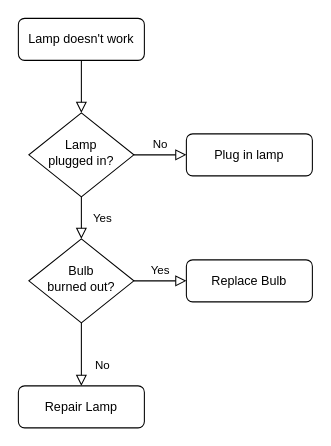
Before: 未命名绘图.drawio in yeszao/draw, a draw.io diagram. Source tidied: cells renumbered, new cells numbered last; positions are measured from the earlier drawing's top-left corner, leaving out a move shared by most shapes. Both pictures are drawn from the tidied source at 105%, with x=0, y=0 at pixel (18, 18).
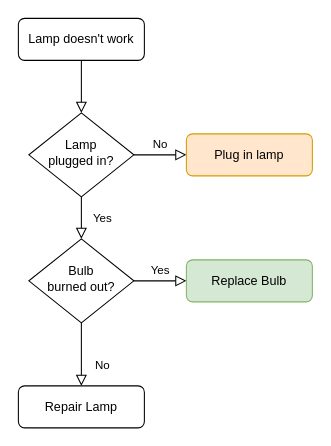
The same diagram, later.

Commit message:
更新未命名绘图.drawio

Change to the diagram source:
```diff
@@
 <mxGraphModel>
   <root>
     <mxCell id="0" />
     <mxCell id="1" parent="0" />
     <mxCell id="2" style="rounded=0;html=1;jettySize=auto;fontSize=11;endArrow=block;endFill=0;endSize=8;strokeWidth=1;shadow=0;labelBackgroundColor=none;edgeStyle=orthogonalEdgeStyle;" parent="1" edge="1" source="3" target="6">
       <mxGeometry relative="1" as="geometry" />
     </mxCell>
     <mxCell id="3" value="Lamp doesn't work" style="rounded=1;whiteSpace=wrap;html=1;fontSize=12;glass=0;strokeWidth=1;shadow=0;" parent="1" vertex="1">
       <mxGeometry width="120" height="40" as="geometry" />
     </mxCell>
     <mxCell id="4" value="Yes" style="rounded=0;html=1;jettySize=auto;fontSize=11;endArrow=block;endFill=0;endSize=8;strokeWidth=1;shadow=0;labelBackgroundColor=none;edgeStyle=orthogonalEdgeStyle;" parent="1" edge="1" source="6" target="10">
       <mxGeometry y="20" relative="1" as="geometry" />
     </mxCell>
     <mxCell id="5" value="No" style="edgeStyle=orthogonalEdgeStyle;rounded=0;html=1;jettySize=auto;fontSize=11;endArrow=block;endFill=0;endSize=8;strokeWidth=1;shadow=0;labelBackgroundColor=none;" parent="1" edge="1" source="6" target="7">
       <mxGeometry y="10" relative="1" as="geometry" />
     </mxCell>
     <mxCell id="6" value="Lamp&lt;br&gt;plugged in?" style="rhombus;whiteSpace=wrap;html=1;shadow=0;fontFamily=Helvetica;fontSize=12;align=center;strokeWidth=1;spacing=6;spacingTop=-4;" parent="1" vertex="1">
       <mxGeometry x="10" y="90" width="100" height="80" as="geometry" />
     </mxCell>
-    <mxCell id="7" value="Plug in lamp" style="rounded=1;whiteSpace=wrap;html=1;fontSize=12;glass=0;strokeWidth=1;shadow=0;" parent="1" vertex="1">
+    <mxCell id="7" value="Plug in lamp" style="rounded=1;whiteSpace=wrap;html=1;fontSize=12;glass=0;strokeWidth=1;shadow=0;fillColor=#ffe6cc;strokeColor=#d79b00;" parent="1" vertex="1">
       <mxGeometry x="160" y="110" width="120" height="40" as="geometry" />
     </mxCell>
     <mxCell id="8" value="No" style="rounded=0;html=1;jettySize=auto;fontSize=11;endArrow=block;endFill=0;endSize=8;strokeWidth=1;shadow=0;labelBackgroundColor=none;edgeStyle=orthogonalEdgeStyle;" parent="1" edge="1" source="10" target="11">
       <mxGeometry x="0.33" y="20" relative="1" as="geometry" />
     </mxCell>
     <mxCell id="9" value="Yes" style="edgeStyle=orthogonalEdgeStyle;rounded=0;html=1;jettySize=auto;fontSize=11;endArrow=block;endFill=0;endSize=8;strokeWidth=1;shadow=0;labelBackgroundColor=none;" parent="1" edge="1" source="10" target="12">
       <mxGeometry y="10" relative="1" as="geometry" />
     </mxCell>
     <mxCell id="10" value="Bulb&lt;br&gt;burned out?" style="rhombus;whiteSpace=wrap;html=1;shadow=0;fontFamily=Helvetica;fontSize=12;align=center;strokeWidth=1;spacing=6;spacingTop=-4;" parent="1" vertex="1">
       <mxGeometry x="10" y="210" width="100" height="80" as="geometry" />
     </mxCell>
     <mxCell id="11" value="Repair Lamp" style="rounded=1;whiteSpace=wrap;html=1;fontSize=12;glass=0;strokeWidth=1;shadow=0;" parent="1" vertex="1">
       <mxGeometry y="350" width="120" height="40" as="geometry" />
     </mxCell>
-    <mxCell id="12" value="Replace Bulb" style="rounded=1;whiteSpace=wrap;html=1;fontSize=12;glass=0;strokeWidth=1;shadow=0;" parent="1" vertex="1">
+    <mxCell id="12" value="Replace Bulb" style="rounded=1;whiteSpace=wrap;html=1;fontSize=12;glass=0;strokeWidth=1;shadow=0;fillColor=#d5e8d4;strokeColor=#82b366;" parent="1" vertex="1">
       <mxGeometry x="160" y="230" width="120" height="40" as="geometry" />
     </mxCell>
   </root>
 </mxGraphModel>
```
